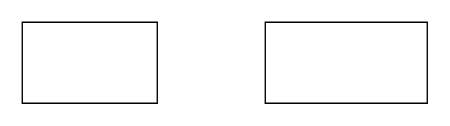
Before: 名称未設定ファイル.drawio in jinwook0110/awsCodePipeline, a draw.io diagram. Source tidied: cells renumbered, new cells numbered last; positions are measured from the earlier drawing's top-left corner, leaving out a move shared by most shapes. Both pictures are drawn from the tidied source at 135%, with x=0, y=0 at pixel (22, 22).
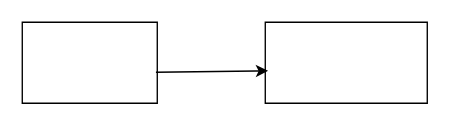
Above is the later version.

Commit message (it also covers changes not shown here):
名称未設定ファイル.drawio を更新します

The edit, as a diff of the source:
```diff
@@
 <mxGraphModel>
   <root>
     <mxCell id="0" />
     <mxCell id="1" parent="0" />
     <mxCell id="2" style="verticalLabelPosition=bottom;verticalAlign=top;html=1;shape=mxgraph.basic.rect;fillColor2=none;strokeWidth=1;size=20;indent=5;" parent="1" vertex="1">
       <mxGeometry width="100" height="60" as="geometry" />
     </mxCell>
     <mxCell id="3" style="verticalLabelPosition=bottom;verticalAlign=top;html=1;shape=mxgraph.basic.rect;fillColor2=none;strokeWidth=1;size=20;indent=5;" parent="1" vertex="1">
       <mxGeometry x="180" width="120" height="60" as="geometry" />
     </mxCell>
+    <mxCell id="4" style="endArrow=classic;html=1;rounded=0;exitX=0.99;exitY=0.617;exitDx=0;exitDy=0;exitPerimeter=0;entryX=0.017;entryY=0.6;entryDx=0;entryDy=0;entryPerimeter=0;" parent="1" edge="1" source="2" target="3">
+      <mxGeometry relative="1" as="geometry" />
+    </mxCell>
   </root>
 </mxGraphModel>
```
